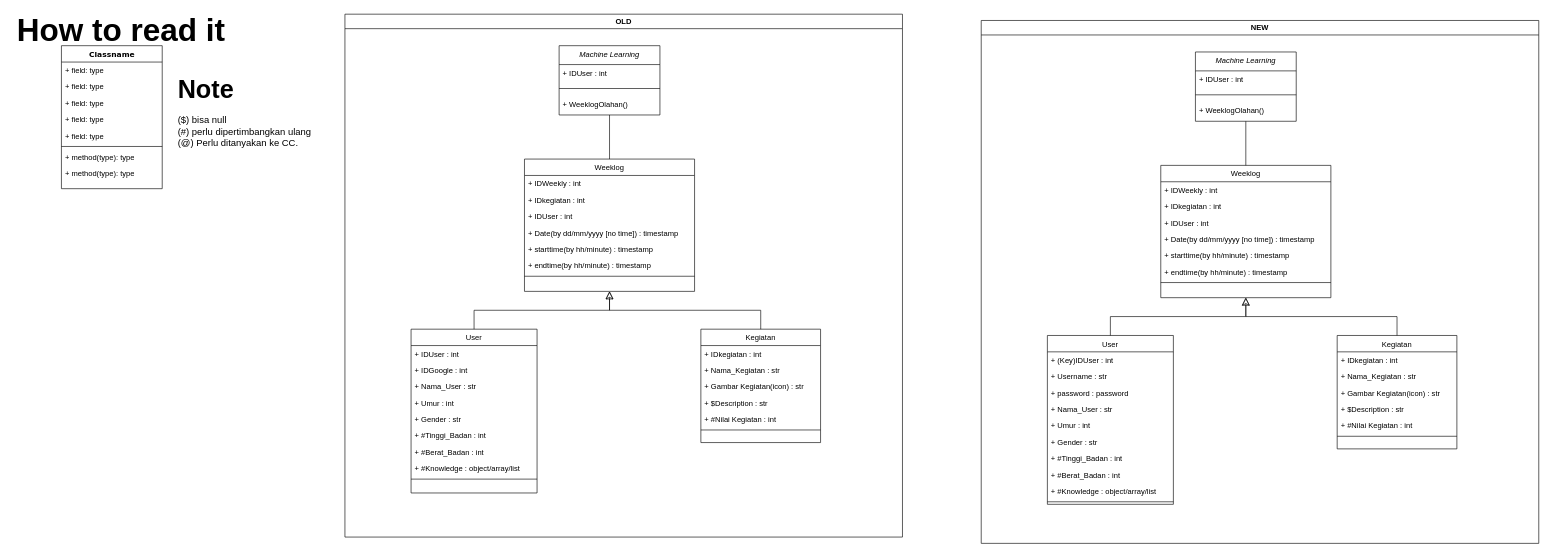
Earlier version of the draw.io diagram page "Page-1" (1 of 2) of database.drawio (CAPSTONE-CH2-PS008/Database). Source tidied: cells renumbered, new cells numbered last; positions are measured from the earlier drawing's top-left corner, leaving out a move shared by most shapes. Both pictures are drawn from the tidied source at 63%, with x=0, y=0 at pixel (11, 14).
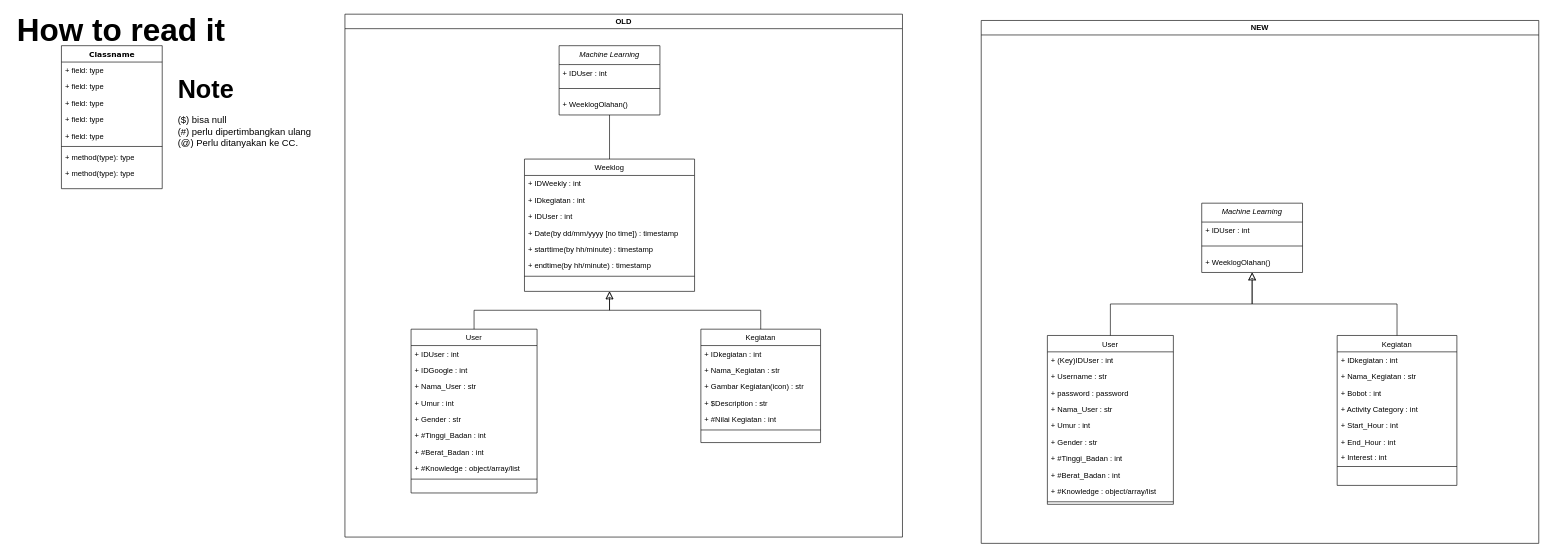
Above is the later version.

Unchanged cells that the change refers to:
```xml
<mxCell id="47" value="NEW" style="swimlane;whiteSpace=wrap;html=1;" parent="1" vertex="1">
  <mxGeometry x="1540" y="10" width="885" height="830" as="geometry" />
</mxCell>
<mxCell id="55" value="User" style="swimlane;fontStyle=0;align=center;verticalAlign=top;horizontal=1;startSize=26;rounded=0;shadow=0;strokeWidth=1;" parent="47" vertex="1">
  <mxGeometry x="105" y="500" width="200" height="268" as="geometry" />
</mxCell>
```

The edit, as a diff of the source:
```diff
@@
     <mxCell id="48" value="Kegiatan" style="swimlane;fontStyle=0;align=center;verticalAlign=top;horizontal=1;startSize=26;rounded=0;shadow=0;strokeWidth=1;" parent="47" vertex="1">
-      <mxGeometry x="565" y="500" width="190" height="180" as="geometry" />
+      <mxGeometry x="565" y="500" width="190" height="238" as="geometry" />
     </mxCell>
@@
-    <mxCell id="51" value="+ Gambar Kegiatan(icon) : str" style="text;align=left;verticalAlign=top;spacingLeft=4;spacingRight=4;overflow=hidden;rounded=0;shadow=0;html=0;" parent="48" vertex="1">
-      <mxGeometry y="78" width="190" height="26" as="geometry" />
-    </mxCell>
-    <mxCell id="52" value="+ $Description : str" style="text;align=left;verticalAlign=top;spacingLeft=4;spacingRight=4;overflow=hidden;rounded=0;shadow=0;html=0;" parent="48" vertex="1">
-      <mxGeometry y="104" width="190" height="26" as="geometry" />
-    </mxCell>
-    <mxCell id="53" value="+ #Nilai Kegiatan : int" style="text;align=left;verticalAlign=top;spacingLeft=4;spacingRight=4;overflow=hidden;rounded=0;shadow=0;html=0;" parent="48" vertex="1">
-      <mxGeometry y="130" width="190" height="26" as="geometry" />
+    <mxCell id="53" value="+ Bobot : int" style="text;align=left;verticalAlign=top;spacingLeft=4;spacingRight=4;overflow=hidden;rounded=0;shadow=0;html=0;" parent="48" vertex="1">
+      <mxGeometry y="78" width="190" height="26" as="geometry" />
     </mxCell>
+    <mxCell id="82" value="+ Activity Category : int" style="text;align=left;verticalAlign=top;spacingLeft=4;spacingRight=4;overflow=hidden;rounded=0;shadow=0;html=0;" parent="48" vertex="1">
+      <mxGeometry y="104" width="190" height="26" as="geometry" />
+    </mxCell>
+    <mxCell id="83" value="+ Start_Hour : int" style="text;align=left;verticalAlign=top;spacingLeft=4;spacingRight=4;overflow=hidden;rounded=0;shadow=0;html=0;" parent="48" vertex="1">
+      <mxGeometry y="130" width="190" height="26" as="geometry" />
+    </mxCell>
+    <mxCell id="84" value="+ End_Hour : int" style="text;align=left;verticalAlign=top;spacingLeft=4;spacingRight=4;overflow=hidden;rounded=0;shadow=0;html=0;" parent="48" vertex="1">
+      <mxGeometry y="156" width="190" height="24" as="geometry" />
+    </mxCell>
+    <mxCell id="85" value="+ Interest : int" style="text;align=left;verticalAlign=top;spacingLeft=4;spacingRight=4;overflow=hidden;rounded=0;shadow=0;html=0;" parent="48" vertex="1">
+      <mxGeometry y="180" width="190" height="24" as="geometry" />
+    </mxCell>
     <mxCell id="54" style="line;html=1;strokeWidth=1;align=left;verticalAlign=middle;spacingTop=-1;spacingLeft=3;spacingRight=3;labelPosition=right;" parent="48" vertex="1">
-      <mxGeometry y="156" width="190" height="8" as="geometry" />
+      <mxGeometry y="204" width="190" height="8" as="geometry" />
     </mxCell>
@@
-    <mxCell id="66" value="Weeklog" style="swimlane;fontStyle=0;align=center;verticalAlign=top;horizontal=1;startSize=26;rounded=0;shadow=0;strokeWidth=1;" parent="47" vertex="1">
-      <mxGeometry x="285" y="230" width="270" height="210" as="geometry" />
-    </mxCell>
-    <mxCell id="67" value="+ IDWeekly : int" style="text;align=left;verticalAlign=top;spacingLeft=4;spacingRight=4;overflow=hidden;rounded=0;shadow=0;html=0;" parent="66" vertex="1">
-      <mxGeometry y="26" width="270" height="26" as="geometry" />
-    </mxCell>
-    <mxCell id="68" value="+ IDkegiatan : int" style="text;align=left;verticalAlign=top;spacingLeft=4;spacingRight=4;overflow=hidden;" parent="66" vertex="1">
-      <mxGeometry y="52" width="270" height="26" as="geometry" />
-    </mxCell>
-    <mxCell id="69" value="+ IDUser : int" style="text;align=left;verticalAlign=top;spacingLeft=4;spacingRight=4;overflow=hidden;rounded=0;shadow=0;html=0;" parent="66" vertex="1">
-      <mxGeometry y="78" width="270" height="26" as="geometry" />
-    </mxCell>
-    <mxCell id="70" value="+ Date(by dd/mm/yyyy [no time]) : timestamp" style="text;align=left;verticalAlign=top;spacingLeft=4;spacingRight=4;overflow=hidden;rounded=0;shadow=0;html=0;" parent="66" vertex="1">
-      <mxGeometry y="104" width="270" height="26" as="geometry" />
-    </mxCell>
-    <mxCell id="71" value="+ starttime(by hh/minute) : timestamp" style="text;align=left;verticalAlign=top;spacingLeft=4;spacingRight=4;overflow=hidden;rounded=0;shadow=0;html=0;" parent="66" vertex="1">
-      <mxGeometry y="130" width="270" height="26" as="geometry" />
-    </mxCell>
-    <mxCell id="72" value="+ endtime(by hh/minute) : timestamp" style="text;align=left;verticalAlign=top;spacingLeft=4;spacingRight=4;overflow=hidden;rounded=0;shadow=0;html=0;" parent="66" vertex="1">
-      <mxGeometry y="156" width="270" height="26" as="geometry" />
-    </mxCell>
-    <mxCell id="73" style="line;html=1;strokeWidth=1;align=left;verticalAlign=middle;spacingTop=-1;spacingLeft=3;spacingRight=3;labelPosition=right;" parent="66" vertex="1">
-      <mxGeometry y="182" width="270" height="8" as="geometry" />
-    </mxCell>
-    <mxCell id="74" style="edgeStyle=orthogonalEdgeStyle;rounded=0;jettySize=auto;html=1;exitX=0.5;exitY=0;exitDx=0;exitDy=0;endArrow=classic;endFill=0;endSize=10;entryX=0.5;entryY=1;entryDx=0;entryDy=0;" parent="47" edge="1" source="48" target="66">
+    <mxCell id="74" style="edgeStyle=orthogonalEdgeStyle;rounded=0;jettySize=auto;html=1;exitX=0.5;exitY=0;exitDx=0;exitDy=0;endArrow=classic;endFill=0;endSize=10;entryX=0.5;entryY=1;entryDx=0;entryDy=0;" parent="47" edge="1" source="48" target="76">
       <mxGeometry relative="1" as="geometry" />
     </mxCell>
-    <mxCell id="75" style="edgeStyle=orthogonalEdgeStyle;rounded=0;jettySize=auto;html=1;exitX=0.5;exitY=0;exitDx=0;exitDy=0;entryX=0.5;entryY=1;entryDx=0;entryDy=0;endArrow=block;endFill=0;endSize=10;" parent="47" edge="1" source="55" target="66">
+    <mxCell id="75" style="edgeStyle=orthogonalEdgeStyle;rounded=0;jettySize=auto;html=1;exitX=0.5;exitY=0;exitDx=0;exitDy=0;endArrow=block;endFill=0;endSize=10;entryX=0.5;entryY=1;entryDx=0;entryDy=0;" parent="47" edge="1" source="55" target="76">
       <mxGeometry relative="1" as="geometry" />
     </mxCell>
     <mxCell id="76" value="Machine Learning" style="swimlane;fontStyle=2;align=center;verticalAlign=top;horizontal=1;startSize=30;rounded=0;shadow=0;strokeWidth=1;" parent="47" vertex="1">
-      <mxGeometry x="340" y="50" width="160" height="110" as="geometry" />
+      <mxGeometry x="350" y="290" width="160" height="110" as="geometry" />
     </mxCell>
@@
-    <mxCell id="80" style="edgeStyle=orthogonalEdgeStyle;rounded=0;jettySize=auto;html=1;exitX=0.5;exitY=0;exitDx=0;exitDy=0;entryX=0.5;entryY=1;entryDx=0;entryDy=0;strokeColor=none;" parent="47" edge="1" source="66" target="76">
-      <mxGeometry relative="1" as="geometry" />
+    <mxCell id="80" style="edgeStyle=orthogonalEdgeStyle;rounded=0;jettySize=auto;html=1;exitX=0.5;exitY=0;exitDx=0;exitDy=0;entryX=0.5;entryY=1;entryDx=0;entryDy=0;strokeColor=none;" parent="47" edge="1" target="76">
+      <mxGeometry relative="1" as="geometry">
+        <mxPoint x="420" y="230" as="sourcePoint" />
+      </mxGeometry>
     </mxCell>
-    <mxCell id="81" style="endArrow=none;html=1;rounded=0;entryX=0.5;entryY=1;entryDx=0;entryDy=0;exitX=0.5;exitY=0;exitDx=0;exitDy=0;" parent="47" edge="1" source="66" target="76">
-      <mxGeometry relative="1" as="geometry" />
-    </mxCell>
```
